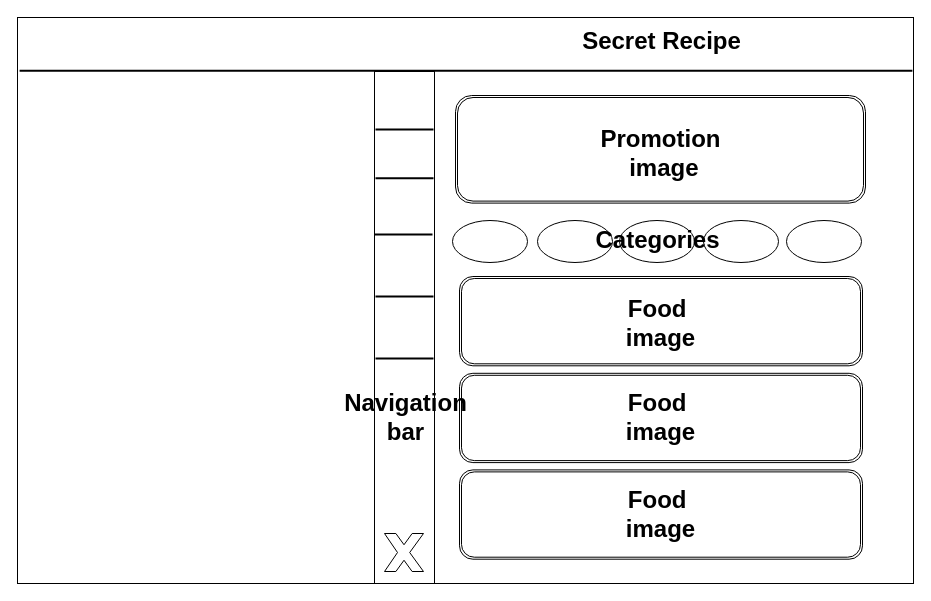
Above: Untitled Diagram.drawio in VisualGitCode/VisualGitCode.github.io (draw.io), before the change. Source tidied: cells renumbered, new cells numbered last; positions are measured from the earlier drawing's top-left corner, leaving out a move shared by most shapes. Both pictures are drawn from the tidied source at 100%, with x=0, y=0 at pixel (17, 17).
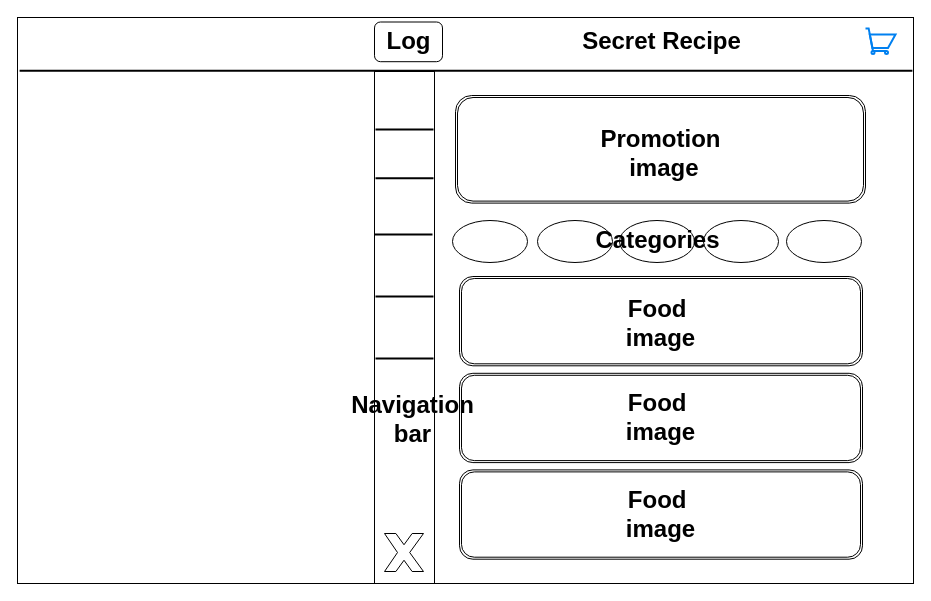
Above is the later version.

Unchanged cells that the change refers to:
```xml
<mxCell id="2" style="group;" parent="1" vertex="1">
  <mxGeometry width="896" height="566" as="geometry" />
</mxCell>
```

Change to the diagram source:
```diff
@@
     <mxCell id="31" value="Navigation&lt;div&gt;bar&lt;/div&gt;" style="text;strokeColor=none;fillColor=none;html=1;fontSize=24;fontStyle=1;verticalAlign=middle;align=center;" parent="2" vertex="1">
-      <mxGeometry x="338" y="380.3" width="100" height="40" as="geometry" />
+      <mxGeometry x="338" y="383" width="113" height="37.3" as="geometry" />
     </mxCell>
@@
+    <mxCell id="33" style="group;" parent="2" vertex="1">
+      <mxGeometry x="357" y="4.5" width="68" height="39.7" as="geometry" />
+    </mxCell>
+    <mxCell id="34" style="rounded=1;whiteSpace=wrap;html=1;" parent="33" vertex="1">
+      <mxGeometry width="68" height="39.7" as="geometry" />
+    </mxCell>
+    <mxCell id="35" value="Log" style="text;strokeColor=none;fillColor=none;html=1;fontSize=24;fontStyle=1;verticalAlign=middle;align=center;" parent="33" vertex="1">
+      <mxGeometry x="5.7" y="6.6" width="56.7" height="26.5" as="geometry" />
+    </mxCell>
+    <mxCell id="36" style="html=1;verticalLabelPosition=bottom;align=center;labelBackgroundColor=#ffffff;verticalAlign=top;strokeWidth=2;strokeColor=#0080F0;shadow=0;dashed=0;shape=mxgraph.ios7.icons.shopping_cart;" parent="2" vertex="1">
+      <mxGeometry x="848" y="10.9" width="30" height="25.5" as="geometry" />
+    </mxCell>
```
